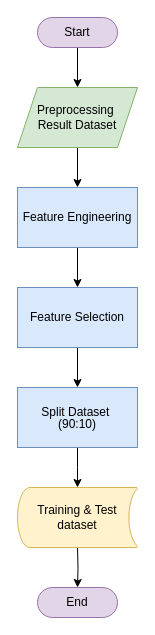
fadhilra101/skripsi keeps this draw.io diagram as diagrams/flowchart transformation.drawio. Above is the earlier version. Source tidied: cells renumbered, new cells numbered last; positions are measured from the earlier drawing's top-left corner, leaving out a move shared by most shapes. Both pictures are drawn from the tidied source at 100%, with x=0, y=0 at pixel (17, 17).
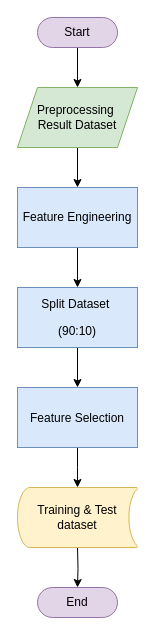
The same diagram, later.

Diff of the diagram source:
```diff
@@
 <mxGraphModel>
   <root>
     <mxCell id="0" />
     <mxCell id="1" parent="0" />
     <mxCell id="2" style="edgeStyle=orthogonalEdgeStyle;rounded=0;jettySize=auto;html=1;" parent="1" edge="1" source="3" target="5">
       <mxGeometry relative="1" as="geometry" />
     </mxCell>
     <mxCell id="3" value="Start" style="html=1;dashed=0;whiteSpace=wrap;shape=mxgraph.dfd.start;fillColor=#e1d5e7;strokeColor=#9673a6;" parent="1" vertex="1">
       <mxGeometry x="20" width="80" height="30" as="geometry" />
     </mxCell>
     <mxCell id="4" style="edgeStyle=orthogonalEdgeStyle;rounded=0;jettySize=auto;html=1;" parent="1" edge="1" source="5" target="7">
       <mxGeometry relative="1" as="geometry" />
     </mxCell>
     <mxCell id="5" value="Preprocessing&amp;nbsp;&lt;div&gt;Result Dataset&lt;/div&gt;" style="shape=parallelogram;perimeter=parallelogramPerimeter;whiteSpace=wrap;html=1;fixedSize=1;fillColor=#d5e8d4;strokeColor=#82b366;" parent="1" vertex="1">
       <mxGeometry y="70" width="120" height="60" as="geometry" />
     </mxCell>
     <mxCell id="6" style="edgeStyle=orthogonalEdgeStyle;rounded=0;jettySize=auto;html=1;" parent="1" edge="1" source="7" target="9">
       <mxGeometry relative="1" as="geometry" />
     </mxCell>
     <mxCell id="7" value="Feature Engineering" style="rounded=0;whiteSpace=wrap;html=1;fillColor=#dae8fc;strokeColor=#6c8ebf;" parent="1" vertex="1">
       <mxGeometry y="170" width="120" height="60" as="geometry" />
     </mxCell>
     <mxCell id="8" style="edgeStyle=orthogonalEdgeStyle;rounded=0;jettySize=auto;html=1;" parent="1" edge="1" source="9" target="11">
       <mxGeometry relative="1" as="geometry" />
     </mxCell>
-    <mxCell id="9" value="&lt;p&gt;Feature Selection&lt;/p&gt;" style="rounded=0;whiteSpace=wrap;html=1;fillColor=#dae8fc;strokeColor=#6c8ebf;" parent="1" vertex="1">
+    <mxCell id="9" value="&lt;p&gt;Split Dataset&amp;nbsp;&lt;/p&gt;&lt;p&gt;(90:10)&lt;/p&gt;" style="rounded=0;whiteSpace=wrap;html=1;fillColor=#dae8fc;strokeColor=#6c8ebf;" parent="1" vertex="1">
       <mxGeometry y="270" width="120" height="60" as="geometry" />
     </mxCell>
     <mxCell id="10" style="edgeStyle=orthogonalEdgeStyle;rounded=0;jettySize=auto;html=1;" parent="1" edge="1" source="11">
       <mxGeometry relative="1" as="geometry">
         <mxPoint x="60" y="470" as="targetPoint" />
       </mxGeometry>
     </mxCell>
-    <mxCell id="11" value="&lt;div style=&quot;line-height: 0%;&quot;&gt;&lt;p&gt;Split Dataset&amp;nbsp;&lt;/p&gt;&lt;p&gt;(90:10)&lt;/p&gt;&lt;/div&gt;" style="rounded=0;whiteSpace=wrap;html=1;fillColor=#dae8fc;strokeColor=#6c8ebf;" parent="1" vertex="1">
+    <mxCell id="11" value="&lt;div style=&quot;line-height: 0%;&quot;&gt;&lt;p&gt;Feature Selection&lt;/p&gt;&lt;/div&gt;" style="rounded=0;whiteSpace=wrap;html=1;fillColor=#dae8fc;strokeColor=#6c8ebf;" parent="1" vertex="1">
       <mxGeometry y="370" width="120" height="60" as="geometry" />
     </mxCell>
     <mxCell id="12" style="edgeStyle=orthogonalEdgeStyle;rounded=0;jettySize=auto;html=1;" parent="1" edge="1" target="13">
       <mxGeometry relative="1" as="geometry">
         <mxPoint x="60" y="530" as="sourcePoint" />
       </mxGeometry>
     </mxCell>
     <mxCell id="13" value="End" style="html=1;dashed=0;whiteSpace=wrap;shape=mxgraph.dfd.start;fillColor=#e1d5e7;strokeColor=#9673a6;" parent="1" vertex="1">
       <mxGeometry x="20" y="570" width="80" height="30" as="geometry" />
     </mxCell>
     <mxCell id="14" value="Training &amp;amp; Test dataset" style="strokeWidth=1;html=1;shape=mxgraph.flowchart.stored_data;whiteSpace=wrap;fillColor=#fff2cc;strokeColor=#d6b656;" parent="1" vertex="1">
       <mxGeometry y="470" width="120" height="60" as="geometry" />
     </mxCell>
   </root>
 </mxGraphModel>
```
